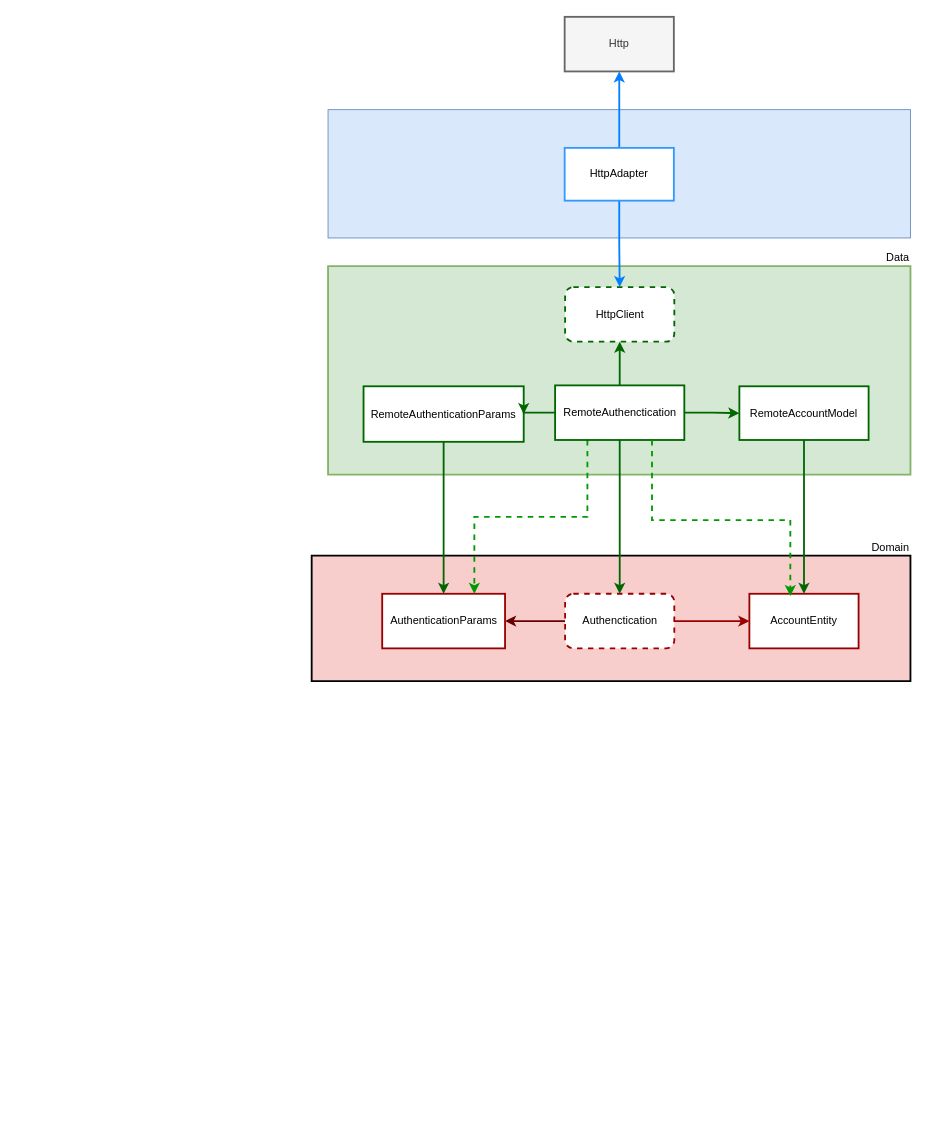
maurojohann/Flutter-TDD-CleanArchitecture keeps this draw.io diagram as requirements/Untitled Diagram.drawio. Above is the earlier version. Source tidied: cells renumbered, new cells numbered last; positions are measured from the earlier drawing's top-left corner, leaving out a move shared by most shapes. Both pictures are drawn from the tidied source at 91%, with x=0, y=0 at pixel (311, 16).
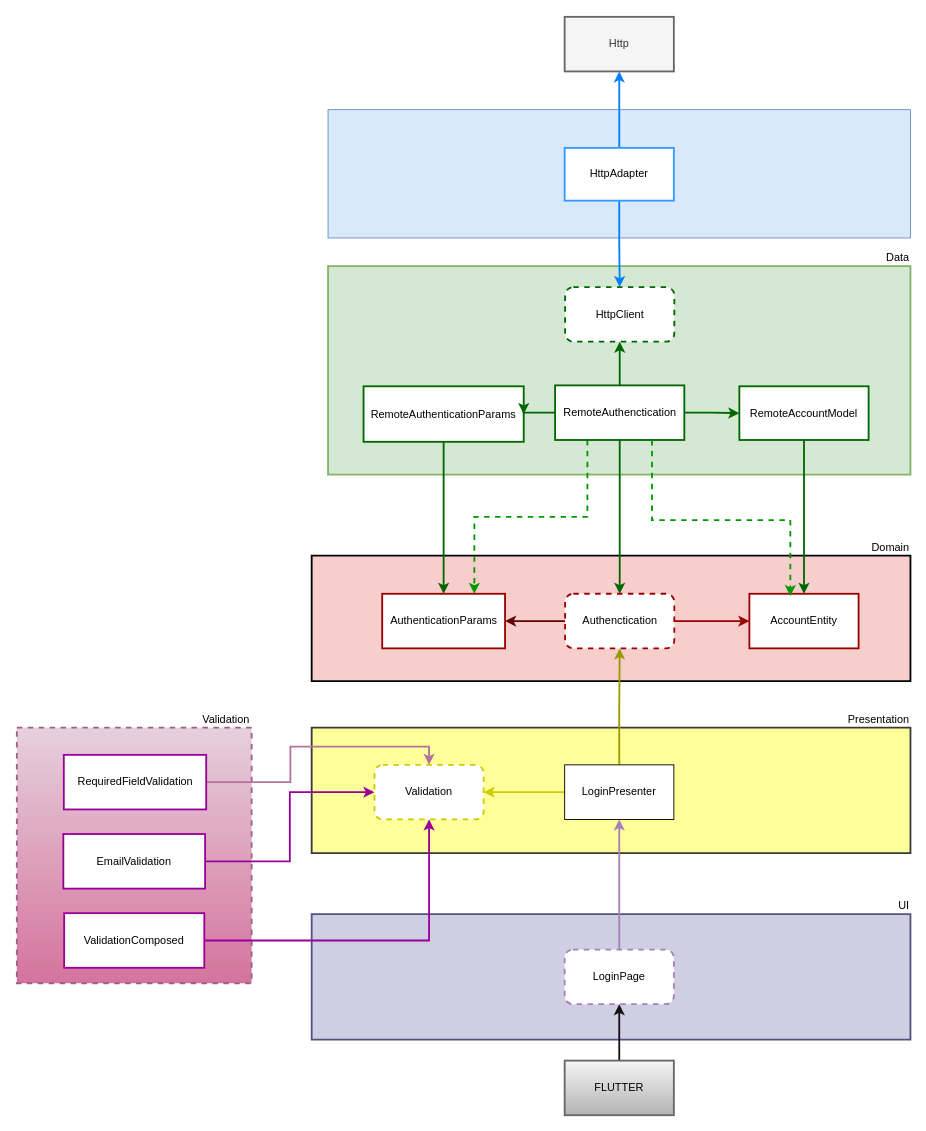
After the change.

The change refers to these unchanged cells:
```xml
<mxCell id="4" value="Authenctication" style="whiteSpace=wrap;html=1;dashed=1;glass=0;strokeWidth=2;perimeterSpacing=0;labelBorderColor=none;labelBackgroundColor=none;strokeColor=#990000;rounded=1;" parent="1" vertex="1">
  <mxGeometry x="278.5" y="634" width="120" height="60" as="geometry" />
</mxCell>
```

Change to the diagram source:
```diff
@@
+    <mxCell id="26" value="Presentation" style="verticalLabelPosition=top;verticalAlign=bottom;html=1;shape=mxgraph.basic.rect;fillColor2=none;strokeWidth=2;size=20;indent=5;align=right;labelPosition=center;strokeColor=#36393d;fillColor=#FFFF99;" parent="1" vertex="1">
+      <mxGeometry y="781" width="658" height="138" as="geometry" />
+    </mxCell>
+    <mxCell id="27" value="Validation" style="rounded=1;whiteSpace=wrap;html=1;strokeWidth=2;dashed=1;strokeColor=#CCCC00;" parent="1" vertex="1">
+      <mxGeometry x="69" y="822" width="120" height="60" as="geometry" />
+    </mxCell>
+    <mxCell id="28" style="edgeStyle=orthogonalEdgeStyle;rounded=0;jettySize=auto;html=1;exitX=0.5;exitY=0;exitDx=0;exitDy=0;entryX=0.5;entryY=1;entryDx=0;entryDy=0;strokeWidth=2;strokeColor=#999900;" parent="1" edge="1" source="30" target="4">
+      <mxGeometry relative="1" as="geometry" />
+    </mxCell>
+    <mxCell id="29" style="edgeStyle=orthogonalEdgeStyle;rounded=0;jettySize=auto;html=1;exitX=0;exitY=0.5;exitDx=0;exitDy=0;entryX=1;entryY=0.5;entryDx=0;entryDy=0;strokeWidth=2;strokeColor=#CCCC00;" parent="1" edge="1" source="30" target="27">
+      <mxGeometry relative="1" as="geometry" />
+    </mxCell>
+    <mxCell id="30" value="LoginPresenter" style="rounded=0;whiteSpace=wrap;html=1;" parent="1" vertex="1">
+      <mxGeometry x="278" y="822" width="120" height="60" as="geometry" />
+    </mxCell>
+    <mxCell id="31" value="UI" style="verticalLabelPosition=top;verticalAlign=bottom;html=1;shape=mxgraph.basic.rect;fillColor2=none;strokeWidth=2;size=20;indent=5;align=right;labelPosition=center;strokeColor=#56517e;fillColor=#d0cee2;" parent="1" vertex="1">
+      <mxGeometry y="986" width="658" height="138" as="geometry" />
+    </mxCell>
+    <mxCell id="32" style="edgeStyle=orthogonalEdgeStyle;rounded=0;jettySize=auto;html=1;exitX=0.5;exitY=0;exitDx=0;exitDy=0;entryX=0.5;entryY=1;entryDx=0;entryDy=0;strokeColor=#A680B8;strokeWidth=2;" parent="1" edge="1" source="33" target="30">
+      <mxGeometry relative="1" as="geometry" />
+    </mxCell>
+    <mxCell id="33" value="LoginPage" style="rounded=1;whiteSpace=wrap;html=1;dashed=1;strokeWidth=2;strokeColor=#A680B8;" parent="1" vertex="1">
+      <mxGeometry x="278" y="1025" width="120" height="60" as="geometry" />
+    </mxCell>
+    <mxCell id="34" value="Validation" style="rounded=0;whiteSpace=wrap;html=1;dashed=1;strokeColor=#996185;strokeWidth=2;fillColor=#e6d0de;verticalAlign=bottom;align=right;horizontal=1;labelPosition=center;verticalLabelPosition=top;gradientColor=#d5739d;" parent="1" vertex="1">
+      <mxGeometry x="-324" y="781" width="258" height="281" as="geometry" />
+    </mxCell>
+    <mxCell id="35" style="edgeStyle=orthogonalEdgeStyle;rounded=0;jettySize=auto;html=1;exitX=1;exitY=0.5;exitDx=0;exitDy=0;entryX=0.5;entryY=0;entryDx=0;entryDy=0;strokeWidth=2;strokeColor=#B5739D;" parent="1" edge="1" source="36" target="27">
+      <mxGeometry relative="1" as="geometry" />
+    </mxCell>
+    <mxCell id="36" value="RequiredFieldValidation" style="rounded=0;whiteSpace=wrap;html=1;strokeWidth=2;strokeColor=#990099;" parent="1" vertex="1">
+      <mxGeometry x="-272.4" y="811" width="156.5" height="60" as="geometry" />
+    </mxCell>
+    <mxCell id="37" style="edgeStyle=orthogonalEdgeStyle;rounded=0;jettySize=auto;html=1;exitX=1;exitY=0.5;exitDx=0;exitDy=0;entryX=0;entryY=0.5;entryDx=0;entryDy=0;strokeWidth=2;strokeColor=#990099;" parent="1" edge="1" source="38" target="27">
+      <mxGeometry relative="1" as="geometry" />
+    </mxCell>
+    <mxCell id="38" value="EmailValidation" style="rounded=0;whiteSpace=wrap;html=1;strokeWidth=2;strokeColor=#990099;" parent="1" vertex="1">
+      <mxGeometry x="-272.9" y="898" width="155.8" height="60" as="geometry" />
+    </mxCell>
+    <mxCell id="39" style="edgeStyle=orthogonalEdgeStyle;rounded=0;jettySize=auto;html=1;exitX=1;exitY=0.5;exitDx=0;exitDy=0;strokeWidth=2;strokeColor=#990099;" parent="1" edge="1" source="40" target="27">
+      <mxGeometry relative="1" as="geometry" />
+    </mxCell>
+    <mxCell id="40" value="ValidationComposed" style="rounded=0;whiteSpace=wrap;html=1;strokeWidth=2;strokeColor=#990099;" parent="1" vertex="1">
+      <mxGeometry x="-272" y="985" width="154" height="60" as="geometry" />
+    </mxCell>
+    <mxCell id="41" style="edgeStyle=orthogonalEdgeStyle;rounded=0;jettySize=auto;html=1;exitX=0.5;exitY=0;exitDx=0;exitDy=0;strokeWidth=2;strokeColor=#121212;" parent="1" edge="1" source="42" target="33">
+      <mxGeometry relative="1" as="geometry" />
+    </mxCell>
+    <mxCell id="42" value="&lt;div&gt;&lt;span&gt;FLUTTER&lt;/span&gt;&lt;/div&gt;" style="rounded=0;whiteSpace=wrap;html=1;strokeColor=#666666;strokeWidth=2;fillColor=#f5f5f5;align=center;verticalAlign=middle;gradientColor=#b3b3b3;labelPosition=center;verticalLabelPosition=middle;" parent="1" vertex="1">
+      <mxGeometry x="278" y="1147" width="120" height="60" as="geometry" />
+    </mxCell>
```
